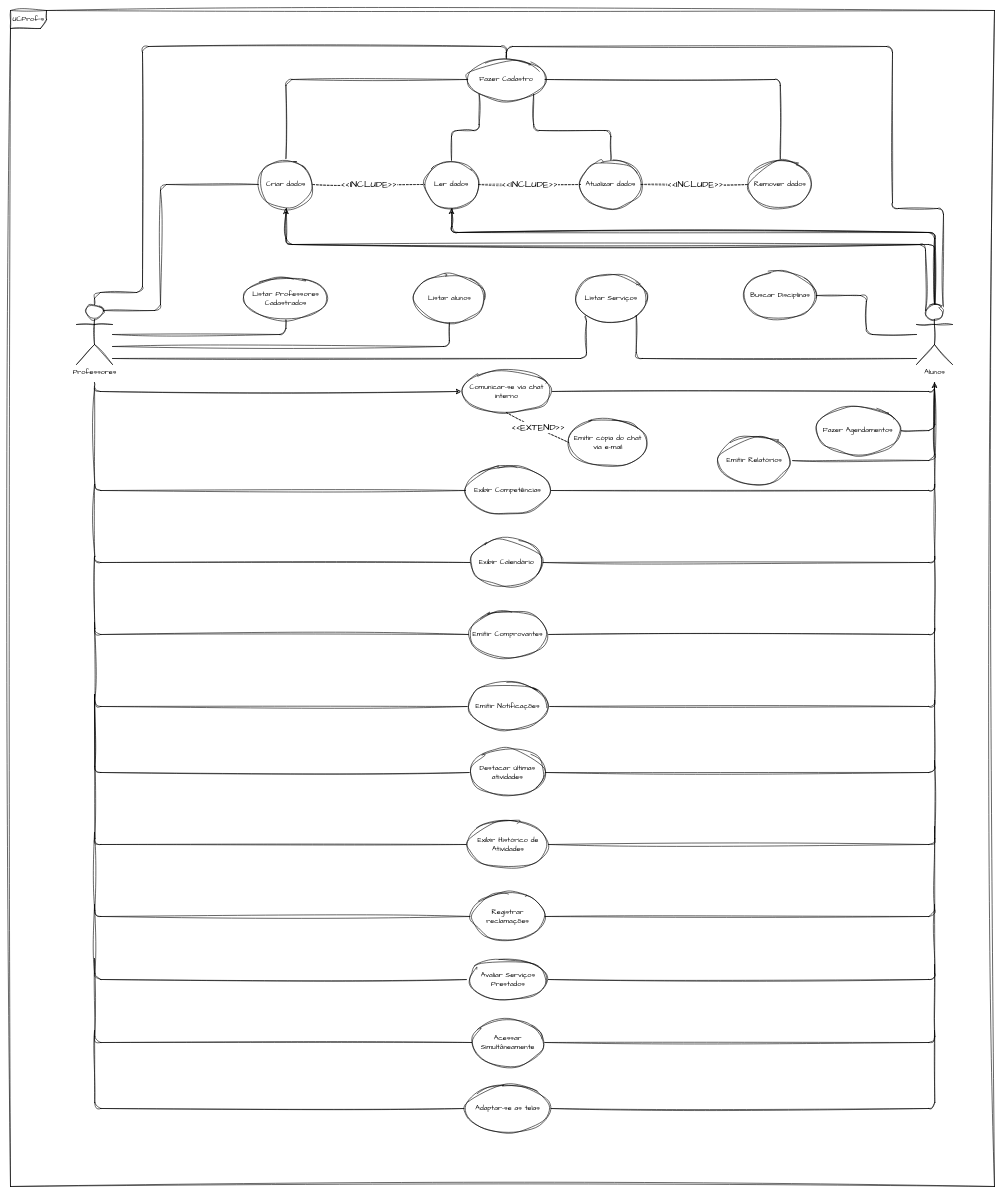
Earlier version of the draw.io diagram Caso de Uso.drawio (gabi-lessa/AnaliseProjetoSistemas). Source tidied: cells renumbered, new cells numbered last; positions are measured from the earlier drawing's top-left corner, leaving out a move shared by most shapes. Both pictures are drawn from the tidied source at 60%, with x=0, y=0 at pixel (10, 10).
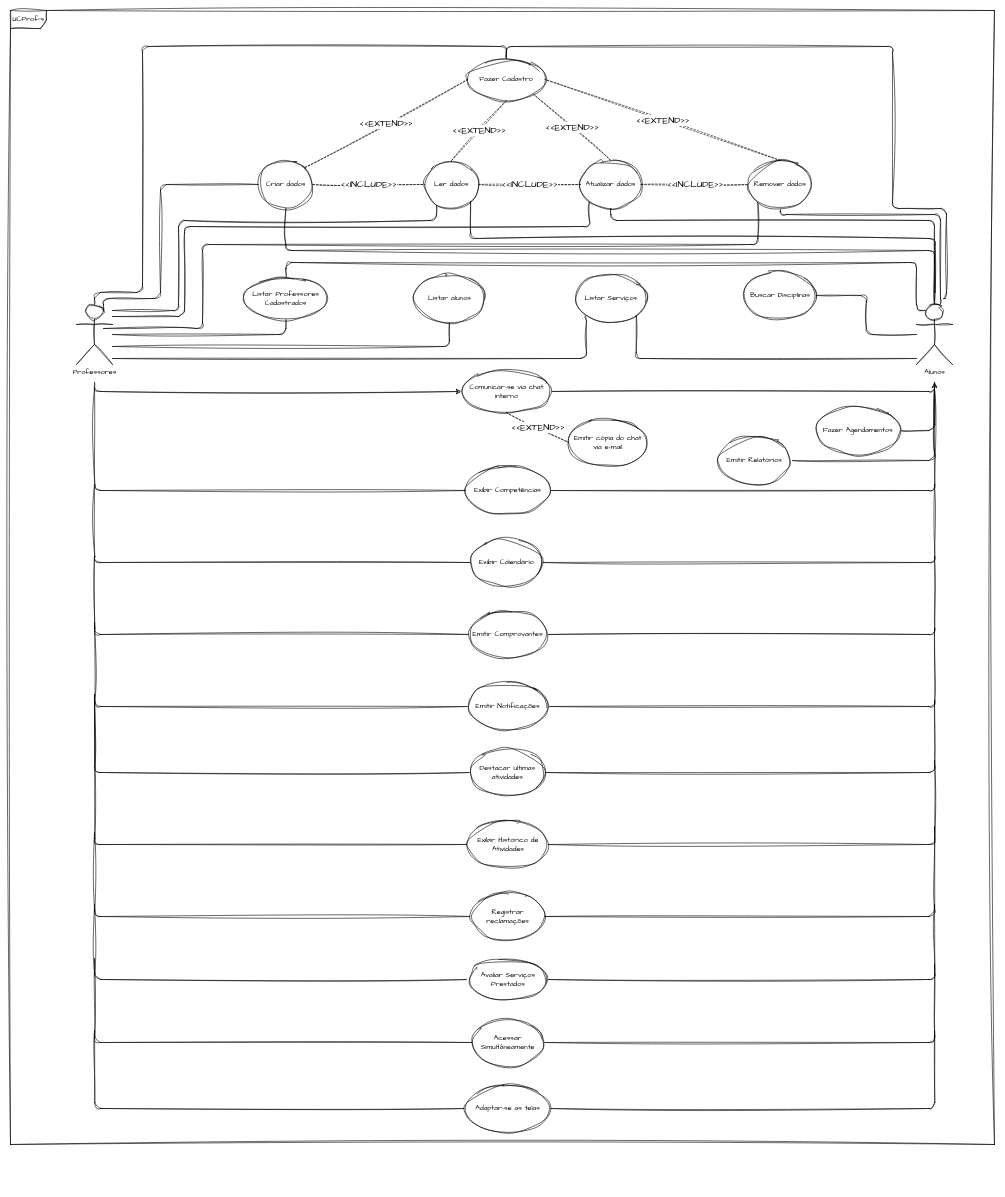
Above is the later version.

The change refers to these unchanged cells:
```xml
<mxCell id="7" value="Professores" style="shape=umlActor;verticalLabelPosition=bottom;verticalAlign=top;html=1;outlineConnect=0;fontFamily=Architects Daughter;rounded=1;sketch=1;curveFitting=1;jiggle=2;" parent="1" vertex="1">
  <mxGeometry x="110" y="490" width="60" height="100" as="geometry" />
</mxCell>
<mxCell id="9" value="Fazer Cadastro" style="ellipse;whiteSpace=wrap;html=1;fontFamily=Architects Daughter;rounded=1;sketch=1;curveFitting=1;jiggle=2;" parent="1" vertex="1">
  <mxGeometry x="762" y="80" width="129" height="70" as="geometry" />
</mxCell>
<mxCell id="10" value="Listar Professores Cadastrados" style="ellipse;whiteSpace=wrap;html=1;fontFamily=Architects Daughter;rounded=1;sketch=1;curveFitting=1;jiggle=2;" parent="1" vertex="1">
  <mxGeometry x="389" y="445" width="140" height="70" as="geometry" />
</mxCell>
<mxCell id="44" value="Ler dados" style="ellipse;whiteSpace=wrap;html=1;fontFamily=Architects Daughter;rounded=1;sketch=1;curveFitting=1;jiggle=2;" parent="1" vertex="1">
  <mxGeometry x="690" y="250" width="90" height="80" as="geometry" />
</mxCell>
<mxCell id="46" value="Atualizar dados" style="ellipse;whiteSpace=wrap;html=1;fontFamily=Architects Daughter;rounded=1;sketch=1;curveFitting=1;jiggle=2;" parent="1" vertex="1">
  <mxGeometry x="950" y="250" width="101" height="80" as="geometry" />
</mxCell>
<mxCell id="48" value="Remover dados" style="ellipse;whiteSpace=wrap;html=1;fontFamily=Architects Daughter;rounded=1;sketch=1;curveFitting=1;jiggle=2;" parent="1" vertex="1">
  <mxGeometry x="1230" y="250" width="106" height="80" as="geometry" />
</mxCell>
<mxCell id="51" value="Criar dados" style="ellipse;whiteSpace=wrap;html=1;fontFamily=Architects Daughter;rounded=1;sketch=1;curveFitting=1;jiggle=2;" parent="1" vertex="1">
  <mxGeometry x="414" y="250" width="90" height="80" as="geometry" />
</mxCell>
<mxCell id="57" value="Alunos" style="shape=umlActor;verticalLabelPosition=bottom;verticalAlign=top;html=1;outlineConnect=0;fontFamily=Architects Daughter;rounded=1;sketch=1;curveFitting=1;jiggle=2;" parent="1" vertex="1">
  <mxGeometry x="1510" y="490" width="60" height="100" as="geometry" />
</mxCell>
```

Change to the diagram source:
```diff
@@
     <mxCell id="2" value="UCProfºs" style="shape=umlFrame;whiteSpace=wrap;html=1;rounded=1;sketch=1;curveFitting=1;jiggle=2;fontFamily=Architects Daughter;" parent="1" vertex="1">
-      <mxGeometry width="1640" height="1960" as="geometry" />
+      <mxGeometry width="1640" height="1890" as="geometry" />
     </mxCell>
@@
-    <mxCell id="8" style="edgeStyle=orthogonalEdgeStyle;rounded=1;jettySize=auto;html=1;entryX=0.5;entryY=0;entryDx=0;entryDy=0;endArrow=none;endFill=0;sketch=1;curveFitting=1;jiggle=2;exitX=0.75;exitY=0.1;exitDx=0;exitDy=0;exitPerimeter=0;" parent="1" edge="1" source="57" target="9">
+    <mxCell id="8" style="edgeStyle=orthogonalEdgeStyle;rounded=1;jettySize=auto;html=1;entryX=0.5;entryY=0;entryDx=0;entryDy=0;endArrow=none;endFill=0;sketch=1;curveFitting=1;jiggle=2;" parent="1" edge="1" target="9">
       <mxGeometry relative="1" as="geometry">
+        <mxPoint x="1555" y="480" as="sourcePoint" />
         <Array as="points">
-          <mxPoint x="1555" y="330" />
+          <mxPoint x="1560" y="480" />
+          <mxPoint x="1560" y="330" />
           <mxPoint x="1470" y="330" />
           <mxPoint x="1470" y="60" />
-          <mxPoint x="827" y="60" />
+          <mxPoint x="826" y="60" />
         </Array>
       </mxGeometry>
     </mxCell>
@@
+    <mxCell id="73" style="edgeStyle=orthogonalEdgeStyle;rounded=1;sketch=1;hachureGap=4;jiggle=2;curveFitting=1;jettySize=auto;html=1;entryX=0.25;entryY=0.1;entryDx=0;entryDy=0;entryPerimeter=0;fontFamily=Architects Daughter;fontSize=16;endArrow=none;endFill=0;" parent="1" edge="1" source="10" target="57">
+      <mxGeometry relative="1" as="geometry">
+        <Array as="points">
+          <mxPoint x="459" y="420" />
+          <mxPoint x="1510" y="420" />
+          <mxPoint x="1510" y="500" />
+        </Array>
+      </mxGeometry>
+    </mxCell>
@@
-    <mxCell id="43" style="edgeStyle=orthogonalEdgeStyle;rounded=1;jettySize=auto;html=1;entryX=0;entryY=1;entryDx=0;entryDy=0;endArrow=none;endFill=0;sketch=1;curveFitting=1;jiggle=2;" parent="1" edge="1" source="44" target="9">
-      <mxGeometry relative="1" as="geometry" />
-    </mxCell>
+    <mxCell id="74" style="edgeStyle=orthogonalEdgeStyle;rounded=1;sketch=1;hachureGap=4;jiggle=2;curveFitting=1;jettySize=auto;html=1;fontFamily=Architects Daughter;fontSize=16;endArrow=none;endFill=0;" parent="1" edge="1" source="44">
+      <mxGeometry relative="1" as="geometry">
+        <mxPoint x="170" y="500" as="targetPoint" />
+        <Array as="points">
+          <mxPoint x="710" y="350" />
+          <mxPoint x="280" y="350" />
+          <mxPoint x="280" y="500" />
+          <mxPoint x="170" y="500" />
+        </Array>
+      </mxGeometry>
+    </mxCell>
@@
-    <mxCell id="45" style="edgeStyle=orthogonalEdgeStyle;rounded=1;jettySize=auto;html=1;exitX=0.5;exitY=0;exitDx=0;exitDy=0;entryX=1;entryY=1;entryDx=0;entryDy=0;endArrow=none;endFill=0;sketch=1;curveFitting=1;jiggle=2;" parent="1" edge="1" source="46" target="9">
-      <mxGeometry relative="1" as="geometry" />
-    </mxCell>
+    <mxCell id="75" style="edgeStyle=orthogonalEdgeStyle;rounded=1;sketch=1;hachureGap=4;jiggle=2;curveFitting=1;jettySize=auto;html=1;exitX=0;exitY=1;exitDx=0;exitDy=0;fontFamily=Architects Daughter;fontSize=16;endArrow=none;endFill=0;" parent="1" edge="1" source="46" target="7">
+      <mxGeometry relative="1" as="geometry">
+        <Array as="points">
+          <mxPoint x="965" y="360" />
+          <mxPoint x="290" y="360" />
+          <mxPoint x="290" y="510" />
+        </Array>
+      </mxGeometry>
+    </mxCell>
@@
-    <mxCell id="47" style="edgeStyle=orthogonalEdgeStyle;rounded=1;jettySize=auto;html=1;exitX=0.5;exitY=0;exitDx=0;exitDy=0;entryX=1;entryY=0.5;entryDx=0;entryDy=0;endArrow=none;endFill=0;sketch=1;curveFitting=1;jiggle=2;" parent="1" edge="1" source="48" target="9">
-      <mxGeometry relative="1" as="geometry" />
-    </mxCell>
+    <mxCell id="76" style="edgeStyle=orthogonalEdgeStyle;rounded=1;sketch=1;hachureGap=4;jiggle=2;curveFitting=1;jettySize=auto;html=1;entryX=0.5;entryY=0;entryDx=0;entryDy=0;entryPerimeter=0;fontFamily=Architects Daughter;fontSize=16;endArrow=none;endFill=0;" parent="1" edge="1" source="48" target="57">
+      <mxGeometry relative="1" as="geometry">
+        <Array as="points">
+          <mxPoint x="1283" y="340" />
+          <mxPoint x="1550" y="340" />
+          <mxPoint x="1550" y="490" />
+        </Array>
+      </mxGeometry>
+    </mxCell>
+    <mxCell id="77" style="edgeStyle=orthogonalEdgeStyle;rounded=1;sketch=1;hachureGap=4;jiggle=2;curveFitting=1;jettySize=auto;html=1;exitX=0;exitY=1;exitDx=0;exitDy=0;fontFamily=Architects Daughter;fontSize=16;endArrow=none;endFill=0;" parent="1" edge="1" source="48">
+      <mxGeometry relative="1" as="geometry">
+        <mxPoint x="155" y="530" as="targetPoint" />
+        <Array as="points">
+          <mxPoint x="1246" y="390" />
+          <mxPoint x="320" y="390" />
+          <mxPoint x="320" y="530" />
+          <mxPoint x="155" y="530" />
+        </Array>
+      </mxGeometry>
+    </mxCell>
@@
-    <mxCell id="49" style="edgeStyle=orthogonalEdgeStyle;rounded=1;jettySize=auto;html=1;exitX=0.5;exitY=0;exitDx=0;exitDy=0;entryX=0;entryY=0.5;entryDx=0;entryDy=0;endArrow=none;endFill=0;sketch=1;curveFitting=1;jiggle=2;" parent="1" edge="1" source="51" target="9">
-      <mxGeometry relative="1" as="geometry" />
-    </mxCell>
     <mxCell id="50" style="edgeStyle=orthogonalEdgeStyle;rounded=1;sketch=1;hachureGap=4;jiggle=2;curveFitting=1;jettySize=auto;html=1;entryX=0.75;entryY=0.1;entryDx=0;entryDy=0;entryPerimeter=0;fontFamily=Architects Daughter;fontSize=16;endArrow=none;endFill=0;" parent="1" edge="1" source="51" target="7">
       <mxGeometry relative="1" as="geometry">
         <Array as="points">
           <mxPoint x="250" y="290" />
-          <mxPoint x="250" y="500" />
+          <mxPoint x="250" y="480" />
+          <mxPoint x="155" y="480" />
         </Array>
       </mxGeometry>
     </mxCell>
@@
-    <mxCell id="54" style="edgeStyle=orthogonalEdgeStyle;rounded=1;sketch=1;hachureGap=4;jiggle=2;curveFitting=1;jettySize=auto;html=1;entryX=0.5;entryY=1;entryDx=0;entryDy=0;fontFamily=Architects Daughter;fontSize=16;" parent="1" edge="1" source="57" target="51">
+    <mxCell id="54" style="edgeStyle=orthogonalEdgeStyle;rounded=1;sketch=1;hachureGap=4;jiggle=2;curveFitting=1;jettySize=auto;html=1;entryX=0.5;entryY=1;entryDx=0;entryDy=0;fontFamily=Architects Daughter;fontSize=16;endArrow=none;endFill=0;" parent="1" edge="1" source="57" target="51">
       <mxGeometry relative="1" as="geometry">
         <Array as="points">
-          <mxPoint x="1540" y="390" />
-          <mxPoint x="459" y="390" />
+          <mxPoint x="1540" y="400" />
+          <mxPoint x="459" y="400" />
         </Array>
       </mxGeometry>
     </mxCell>
-    <mxCell id="55" style="edgeStyle=orthogonalEdgeStyle;rounded=1;sketch=1;hachureGap=4;jiggle=2;curveFitting=1;jettySize=auto;html=1;entryX=0.5;entryY=1;entryDx=0;entryDy=0;fontFamily=Architects Daughter;fontSize=16;" parent="1" edge="1" source="57" target="44">
-      <mxGeometry relative="1" as="geometry">
-        <Array as="points">
-          <mxPoint x="1540" y="370" />
-          <mxPoint x="735" y="370" />
-        </Array>
-      </mxGeometry>
-    </mxCell>
@@
+    <mxCell id="78" style="edgeStyle=orthogonalEdgeStyle;rounded=1;sketch=1;hachureGap=4;jiggle=2;curveFitting=1;jettySize=auto;html=1;entryX=0.5;entryY=1;entryDx=0;entryDy=0;fontFamily=Architects Daughter;fontSize=16;endArrow=none;endFill=0;" parent="1" edge="1" source="57" target="46">
+      <mxGeometry relative="1" as="geometry">
+        <Array as="points">
+          <mxPoint x="1540" y="350" />
+          <mxPoint x="1000" y="350" />
+        </Array>
+      </mxGeometry>
+    </mxCell>
@@
-    <mxCell id="61" style="edgeStyle=orthogonalEdgeStyle;rounded=1;sketch=1;hachureGap=4;jiggle=2;curveFitting=1;orthogonalLoop=1;jettySize=auto;html=1;entryX=0.5;entryY=1;entryDx=0;entryDy=0;fontFamily=Architects Daughter;fontSize=16;endArrow=none;endFill=0;" parent="1" edge="1">
+    <mxCell id="61" style="edgeStyle=orthogonalEdgeStyle;rounded=1;sketch=1;hachureGap=4;jiggle=2;curveFitting=1;jettySize=auto;html=1;fontFamily=Architects Daughter;fontSize=16;endArrow=none;endFill=0;entryX=1;entryY=1;entryDx=0;entryDy=0;" parent="1" edge="1" target="44">
       <mxGeometry relative="1" as="geometry">
-        <mxPoint x="1541" y="490" as="sourcePoint" />
-        <mxPoint x="736" y="330" as="targetPoint" />
+        <mxPoint x="1541" y="470" as="sourcePoint" />
         <Array as="points">
-          <mxPoint x="1541" y="370" />
-          <mxPoint x="736" y="370" />
+          <mxPoint x="1541" y="380" />
+          <mxPoint x="766" y="380" />
         </Array>
       </mxGeometry>
     </mxCell>
-    <mxCell id="62" style="edgeStyle=orthogonalEdgeStyle;rounded=1;sketch=1;hachureGap=4;jiggle=2;curveFitting=1;jettySize=auto;html=1;entryX=0.5;entryY=1;entryDx=0;entryDy=0;fontFamily=Architects Daughter;fontSize=16;endArrow=none;endFill=0;exitX=0.25;exitY=0.1;exitDx=0;exitDy=0;exitPerimeter=0;" parent="1" edge="1" source="57">
-      <mxGeometry relative="1" as="geometry">
-        <mxPoint x="460" y="330" as="targetPoint" />
-        <Array as="points">
-          <mxPoint x="1525" y="390" />
-          <mxPoint x="460" y="390" />
-        </Array>
-      </mxGeometry>
-    </mxCell>
@@
+    <mxCell id="49" value="&amp;lt;&amp;lt;EXTEND&amp;gt;&amp;gt;" style="endArrow=none;endSize=12;dashed=1;html=1;rounded=1;sketch=1;hachureGap=4;jiggle=2;curveFitting=1;fontFamily=Architects Daughter;fontSize=16;exitX=1;exitY=0;exitDx=0;exitDy=0;endFill=0;entryX=0;entryY=0.5;entryDx=0;entryDy=0;" parent="1" edge="1" source="51" target="9">
+      <mxGeometry relative="1" as="geometry" />
+    </mxCell>
+    <mxCell id="43" value="&amp;lt;&amp;lt;EXTEND&amp;gt;&amp;gt;" style="endArrow=none;endSize=12;dashed=1;html=1;rounded=1;sketch=1;hachureGap=4;jiggle=2;curveFitting=1;fontFamily=Architects Daughter;fontSize=16;exitX=0.5;exitY=0;exitDx=0;exitDy=0;endFill=0;entryX=0.5;entryY=1;entryDx=0;entryDy=0;" parent="1" edge="1" source="44" target="9">
+      <mxGeometry relative="1" as="geometry" />
+    </mxCell>
+    <mxCell id="45" value="&amp;lt;&amp;lt;EXTEND&amp;gt;&amp;gt;" style="endArrow=none;endSize=12;dashed=1;html=1;rounded=1;sketch=1;hachureGap=4;jiggle=2;curveFitting=1;fontFamily=Architects Daughter;fontSize=16;exitX=0.5;exitY=0;exitDx=0;exitDy=0;endFill=0;entryX=1;entryY=1;entryDx=0;entryDy=0;" parent="1" edge="1" source="46" target="9">
+      <mxGeometry relative="1" as="geometry" />
+    </mxCell>
+    <mxCell id="47" value="&amp;lt;&amp;lt;EXTEND&amp;gt;&amp;gt;" style="endArrow=none;endSize=12;dashed=1;html=1;rounded=1;sketch=1;hachureGap=4;jiggle=2;curveFitting=1;fontFamily=Architects Daughter;fontSize=16;exitX=0.5;exitY=0;exitDx=0;exitDy=0;endFill=0;entryX=1;entryY=0.5;entryDx=0;entryDy=0;" parent="1" edge="1" source="48" target="9">
+      <mxGeometry relative="1" as="geometry" />
+    </mxCell>
```
